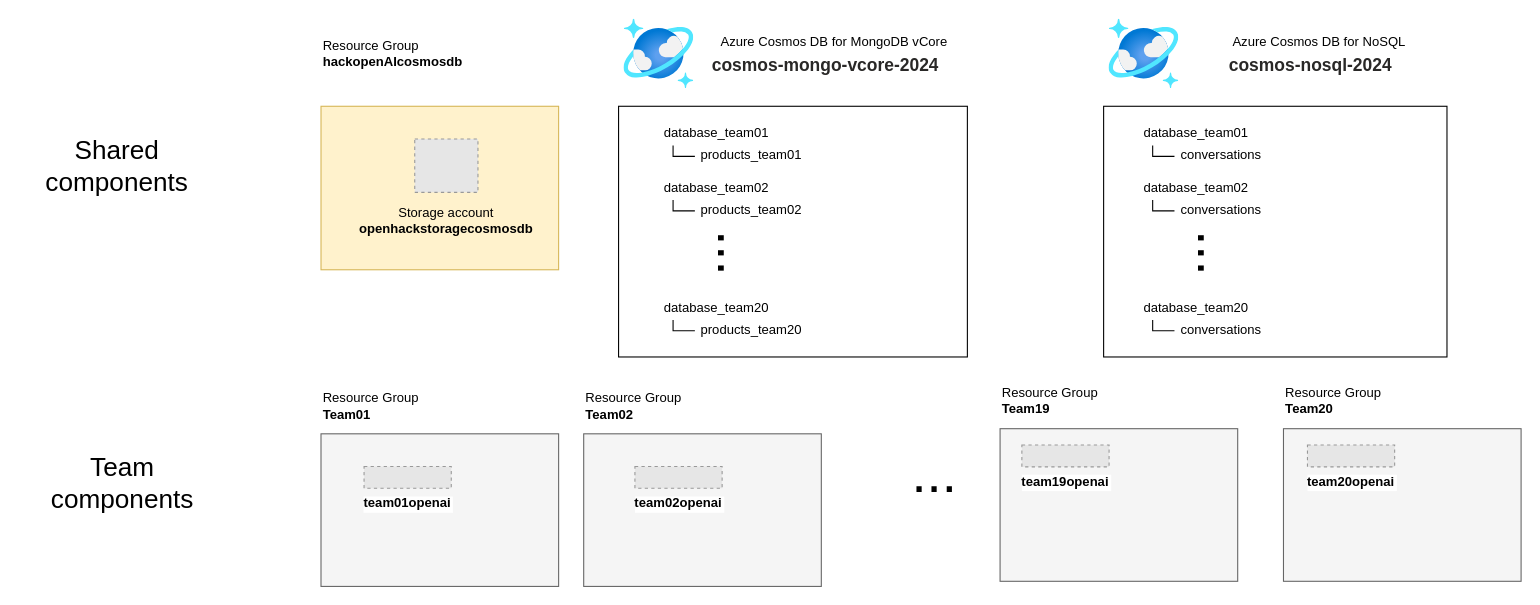
Before: 20240625/docs/labs_environment.drawio in patrice-truong/MSFT-rag-cosmos-aoai, a draw.io diagram. Source tidied: cells renumbered, new cells numbered last; positions are measured from the earlier drawing's top-left corner, leaving out a move shared by most shapes. Both pictures are drawn from the tidied source at 109%, with x=0, y=0 at pixel (19, 19). Pictures stored in the file or linked from it are replaced by grey dashed boxes.
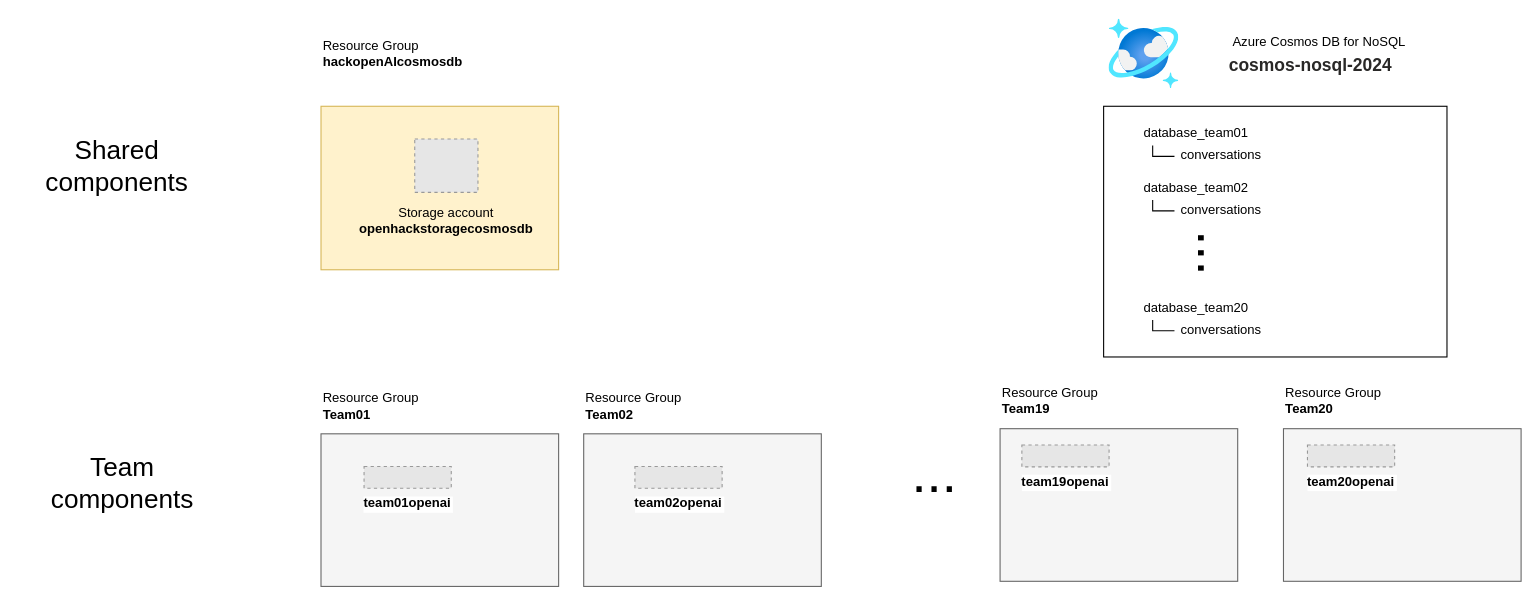
Above is the later version.

Change to the diagram source:
```diff
@@
-    <mxCell id="3" style="rounded=0;whiteSpace=wrap;html=1;" parent="1" vertex="1">
-      <mxGeometry x="550" y="80" width="320" height="230" as="geometry" />
-    </mxCell>
@@
-    <mxCell id="13" style="image;html=1;align=center;fontSize=12;image=img/lib/azure2/databases/Azure_Cosmos_DB.svg;" parent="1" vertex="1">
-      <mxGeometry x="555" width="64" height="64" as="geometry" />
-    </mxCell>
@@
-    <mxCell id="15" value="Azure Cosmos DB for MongoDB vCore&lt;br style=&quot;border-color: var(--border-color);&quot;&gt;&lt;h2 style=&quot;border-color: var(--border-color); margin: 0px 16px 0px 0px; overflow: hidden; text-overflow: ellipsis; line-height: 28px; flex: 0 1 auto; color: rgb(41, 40, 39); text-align: start; outline: none !important;&quot; aria-describedby=&quot;e40ef0c7-8592-4cd7-b968-3fb875de41a6&quot; id=&quot;e40ef0c7-8592-4cd7-b968-3fb875de41a7&quot; class=&quot;fxs-blade-title-titleText msportalfx-tooltip-overflow&quot;&gt;&lt;font style=&quot;border-color: var(--border-color); font-size: 16px;&quot; face=&quot;Helvetica&quot;&gt;cosmos-mongo-vcore-2024&lt;/font&gt;&lt;/h2&gt;" style="text;html=1;strokeColor=none;fillColor=none;align=center;verticalAlign=middle;whiteSpace=wrap;rounded=0;" parent="1" vertex="1">
-      <mxGeometry x="563" y="20" width="370" height="30" as="geometry" />
-    </mxCell>
@@
-    <mxCell id="43" style="group;" parent="1" vertex="1">
-      <mxGeometry x="600" y="90" width="102" height="210" as="geometry" />
-    </mxCell>
-    <mxCell id="44" value="database_team02" style="text;html=1;strokeColor=none;fillColor=none;align=center;verticalAlign=middle;whiteSpace=wrap;rounded=0;" parent="43" vertex="1">
-      <mxGeometry x="10" y="50" width="60" height="30" as="geometry" />
-    </mxCell>
-    <mxCell id="45" value="products_team02" style="text;html=1;strokeColor=none;fillColor=none;align=center;verticalAlign=middle;whiteSpace=wrap;rounded=0;" parent="43" vertex="1">
-      <mxGeometry x="42" y="70" width="60" height="30" as="geometry" />
-    </mxCell>
-    <mxCell id="46" style="endArrow=none;html=1;rounded=0;" parent="43" edge="1">
-      <mxGeometry relative="1" as="geometry">
-        <mxPoint x="20" y="86" as="sourcePoint" />
-        <mxPoint y="76" as="targetPoint" />
-        <Array as="points">
-          <mxPoint y="86" />
-        </Array>
-      </mxGeometry>
-    </mxCell>
-    <mxCell id="47" value="..." style="text;html=1;strokeColor=none;fillColor=none;align=center;verticalAlign=middle;whiteSpace=wrap;rounded=0;fontSize=50;rotation=90;" parent="43" vertex="1">
-      <mxGeometry x="30" y="110" width="60" height="30" as="geometry" />
-    </mxCell>
-    <mxCell id="48" value="products_team01" style="text;html=1;strokeColor=none;fillColor=none;align=center;verticalAlign=middle;whiteSpace=wrap;rounded=0;" parent="43" vertex="1">
-      <mxGeometry x="42" y="20" width="60" height="30" as="geometry" />
-    </mxCell>
-    <mxCell id="49" value="database_team01" style="text;html=1;strokeColor=none;fillColor=none;align=center;verticalAlign=middle;whiteSpace=wrap;rounded=0;" parent="43" vertex="1">
-      <mxGeometry x="10" width="60" height="30" as="geometry" />
-    </mxCell>
-    <mxCell id="50" style="endArrow=none;html=1;rounded=0;" parent="43" edge="1">
-      <mxGeometry relative="1" as="geometry">
-        <mxPoint x="20" y="36" as="sourcePoint" />
-        <mxPoint y="26" as="targetPoint" />
-        <Array as="points">
-          <mxPoint y="36" />
-        </Array>
-      </mxGeometry>
-    </mxCell>
-    <mxCell id="51" value="products_team20" style="text;html=1;strokeColor=none;fillColor=none;align=center;verticalAlign=middle;whiteSpace=wrap;rounded=0;" parent="43" vertex="1">
-      <mxGeometry x="42" y="180" width="60" height="30" as="geometry" />
-    </mxCell>
-    <mxCell id="52" value="database_team20" style="text;html=1;strokeColor=none;fillColor=none;align=center;verticalAlign=middle;whiteSpace=wrap;rounded=0;" parent="43" vertex="1">
-      <mxGeometry x="10" y="160" width="60" height="30" as="geometry" />
-    </mxCell>
-    <mxCell id="53" style="endArrow=none;html=1;rounded=0;" parent="43" edge="1">
-      <mxGeometry relative="1" as="geometry">
-        <mxPoint x="20" y="196" as="sourcePoint" />
-        <mxPoint y="186" as="targetPoint" />
-        <Array as="points">
-          <mxPoint y="196" />
-        </Array>
-      </mxGeometry>
-    </mxCell>
```
